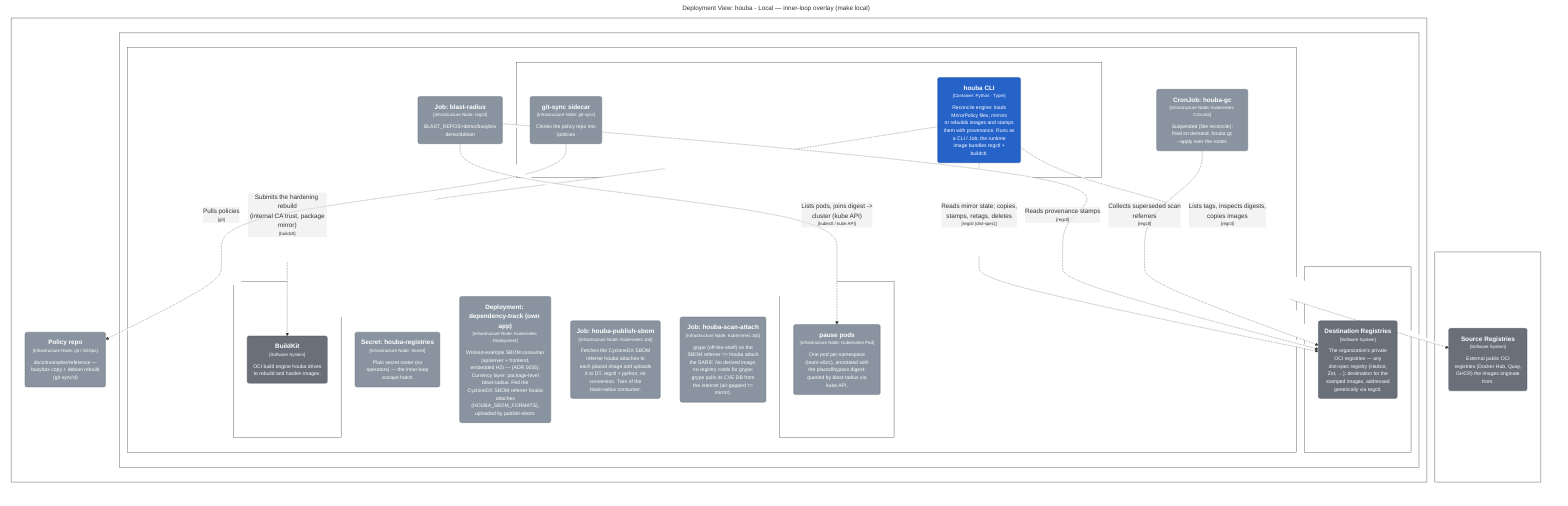
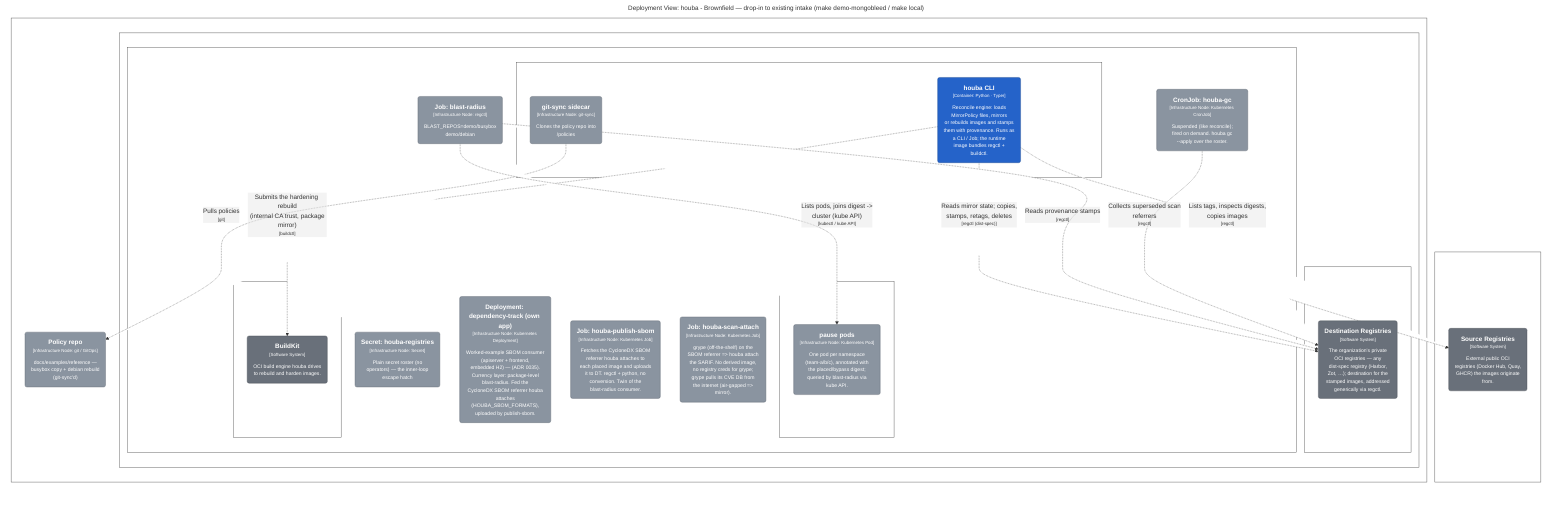
graph LR
  linkStyle default fill:#ffffff

-   subgraph diagram ["Deployment View: houba - Local — inner-loop overlay (make local)"]
+   subgraph diagram ["Deployment View: houba - Brownfield — drop-in to existing intake (make demo-mongobleed / make local)"]
    style diagram fill:#ffffff,stroke:#ffffff

    subgraph 243 ["Operator host"]
      style 243 fill:#ffffff,stroke:#444444,color:#ffffff

      244("<div style='font-weight: bold'>Policy repo</div><div style='font-size: 70%; margin-top: 0px'>[Infrastructure Node: git / GitOps]</div><div style='font-size: 80%; margin-top:10px'>docs/examples/reference —<br />busybox copy + debian rebuild<br />(git-sync'd)</div>")
      style 244 fill:#8a94a0,stroke:#606770,color:#ffffff
      subgraph 245 ["kind cluster"]
        style 245 fill:#ffffff,stroke:#444444,color:#ffffff

        subgraph 246 ["namespace: houba"]
          style 246 fill:#ffffff,stroke:#444444,color:#ffffff

          subgraph 247 ["CronJob: houba-reconcile"]
            style 247 fill:#ffffff,stroke:#444444,color:#ffffff

            248("<div style='font-weight: bold'>houba CLI</div><div style='font-size: 70%; margin-top: 0px'>[Container: Python · Typer]</div><div style='font-size: 80%; margin-top:10px'>Reconcile engine: loads<br />MirrorPolicy files, mirrors<br />or rebuilds images and stamps<br />them with provenance. Runs as<br />a CLI / Job; the runtime<br />image bundles regctl +<br />buildctl.</div>")
            style 248 fill:#2563c9,stroke:#19458c,color:#ffffff
            249("<div style='font-weight: bold'>git-sync sidecar</div><div style='font-size: 70%; margin-top: 0px'>[Infrastructure Node: git-sync]</div><div style='font-size: 80%; margin-top:10px'>Clones the policy repo into<br />/policies</div>")
            style 249 fill:#8a94a0,stroke:#606770,color:#ffffff
          end

          subgraph 250 ["Deployment: buildkitd"]
            style 250 fill:#ffffff,stroke:#444444,color:#ffffff

            251("<div style='font-weight: bold'>BuildKit</div><div style='font-size: 70%; margin-top: 0px'>[Software System]</div><div style='font-size: 80%; margin-top:10px'>OCI build engine houba drives<br />to rebuild and harden images.</div>")
            style 251 fill:#69707a,stroke:#494e55,color:#ffffff
          end

          253("<div style='font-weight: bold'>Secret: houba-registries</div><div style='font-size: 70%; margin-top: 0px'>[Infrastructure Node: Secret]</div><div style='font-size: 80%; margin-top:10px'>Plain secret roster (no<br />operators) — the inner-loop<br />escape hatch</div>")
          style 253 fill:#8a94a0,stroke:#606770,color:#ffffff
          254("<div style='font-weight: bold'>Job: blast-radius</div><div style='font-size: 70%; margin-top: 0px'>[Infrastructure Node: regctl]</div><div style='font-size: 80%; margin-top:10px'>BLAST_REPOS=demo/busybox<br />demo/debian</div>")
          style 254 fill:#8a94a0,stroke:#606770,color:#ffffff
          255("<div style='font-weight: bold'>CronJob: houba-gc</div><div style='font-size: 70%; margin-top: 0px'>[Infrastructure Node: Kubernetes CronJob]</div><div style='font-size: 80%; margin-top:10px'>Suspended (like reconcile);<br />fired on demand. houba gc<br />--apply over the roster.</div>")
          style 255 fill:#8a94a0,stroke:#606770,color:#ffffff
          256("<div style='font-weight: bold'>Deployment: dependency-track (own app)</div><div style='font-size: 70%; margin-top: 0px'>[Infrastructure Node: Kubernetes Deployment]</div><div style='font-size: 80%; margin-top:10px'>Worked-example SBOM consumer<br />(apiserver + frontend,<br />embedded H2) — (ADR 0035).<br />Currency layer: package-level<br />blast-radius. Fed the<br />CycloneDX SBOM referrer houba<br />attaches<br />(HOUBA_SBOM_FORMATS),<br />uploaded by publish-sbom.</div>")
          style 256 fill:#8a94a0,stroke:#606770,color:#ffffff
          257("<div style='font-weight: bold'>Job: houba-publish-sbom</div><div style='font-size: 70%; margin-top: 0px'>[Infrastructure Node: Kubernetes Job]</div><div style='font-size: 80%; margin-top:10px'>Fetches the CycloneDX SBOM<br />referrer houba attaches to<br />each placed image and uploads<br />it to DT. regctl + python, no<br />conversion. Twin of the<br />blast-radius consumer.</div>")
          style 257 fill:#8a94a0,stroke:#606770,color:#ffffff
          258("<div style='font-weight: bold'>Job: houba-scan-attach</div><div style='font-size: 70%; margin-top: 0px'>[Infrastructure Node: Kubernetes Job]</div><div style='font-size: 80%; margin-top:10px'>grype (off-the-shelf) on the<br />SBOM referrer => houba attach<br />the SARIF. No derived image,<br />no registry creds for grype;<br />grype pulls its CVE DB from<br />the internet (air-gapped =><br />mirror).</div>")
          style 258 fill:#8a94a0,stroke:#606770,color:#ffffff
          subgraph 259 ["marked workloads (team-a/b/c)"]
            style 259 fill:#ffffff,stroke:#444444,color:#ffffff

            260("<div style='font-weight: bold'>pause pods</div><div style='font-size: 70%; margin-top: 0px'>[Infrastructure Node: Kubernetes Pod]</div><div style='font-size: 80%; margin-top:10px'>One pod per namespace<br />(team-a/b/c), annotated with<br />the placed/bypass digest;<br />queried by blast-radius via<br />kube API.</div>")
            style 260 fill:#8a94a0,stroke:#606770,color:#ffffff
          end

        end

        subgraph 261 ["namespace: registry"]
          style 261 fill:#ffffff,stroke:#444444,color:#ffffff

          262("<div style='font-weight: bold'>Destination Registries</div><div style='font-size: 70%; margin-top: 0px'>[Software System]</div><div style='font-size: 80%; margin-top:10px'>The organization's private<br />OCI registries — any<br />dist-spec registry (Harbor,<br />Zot, …); destination for the<br />stamped images, addressed<br />generically via regctl.</div>")
          style 262 fill:#69707a,stroke:#494e55,color:#ffffff
        end

      end

    end

    subgraph 264 ["Internet"]
      style 264 fill:#ffffff,stroke:#444444,color:#ffffff

      265("<div style='font-weight: bold'>Source Registries</div><div style='font-size: 70%; margin-top: 0px'>[Software System]</div><div style='font-size: 80%; margin-top:10px'>External public OCI<br />registries (Docker Hub, Quay,<br />GHCR) the images originate<br />from.</div>")
      style 265 fill:#69707a,stroke:#494e55,color:#ffffff
    end

    248-. "<div>Submits the hardening rebuild<br />(internal CA trust, package<br />mirror)</div><div style='font-size: 70%'>[buildctl]</div>" .->251
    248-. "<div>Reads mirror state; copies,<br />stamps, retags, deletes</div><div style='font-size: 70%'>[regctl (dist-spec)]</div>" .->262
    248-. "<div>Lists tags, inspects digests,<br />copies images</div><div style='font-size: 70%'>[regctl]</div>" .->265
    249-. "<div>Pulls policies</div><div style='font-size: 70%'>[git]</div>" .->244
    254-. "<div>Reads provenance stamps</div><div style='font-size: 70%'>[regctl]</div>" .->262
    254-. "<div>Lists pods, joins digest -><br />cluster (kube API)</div><div style='font-size: 70%'>[kubectl / kube API]</div>" .->260
    255-. "<div>Collects superseded scan<br />referrers</div><div style='font-size: 70%'>[regctl]</div>" .->262

  end